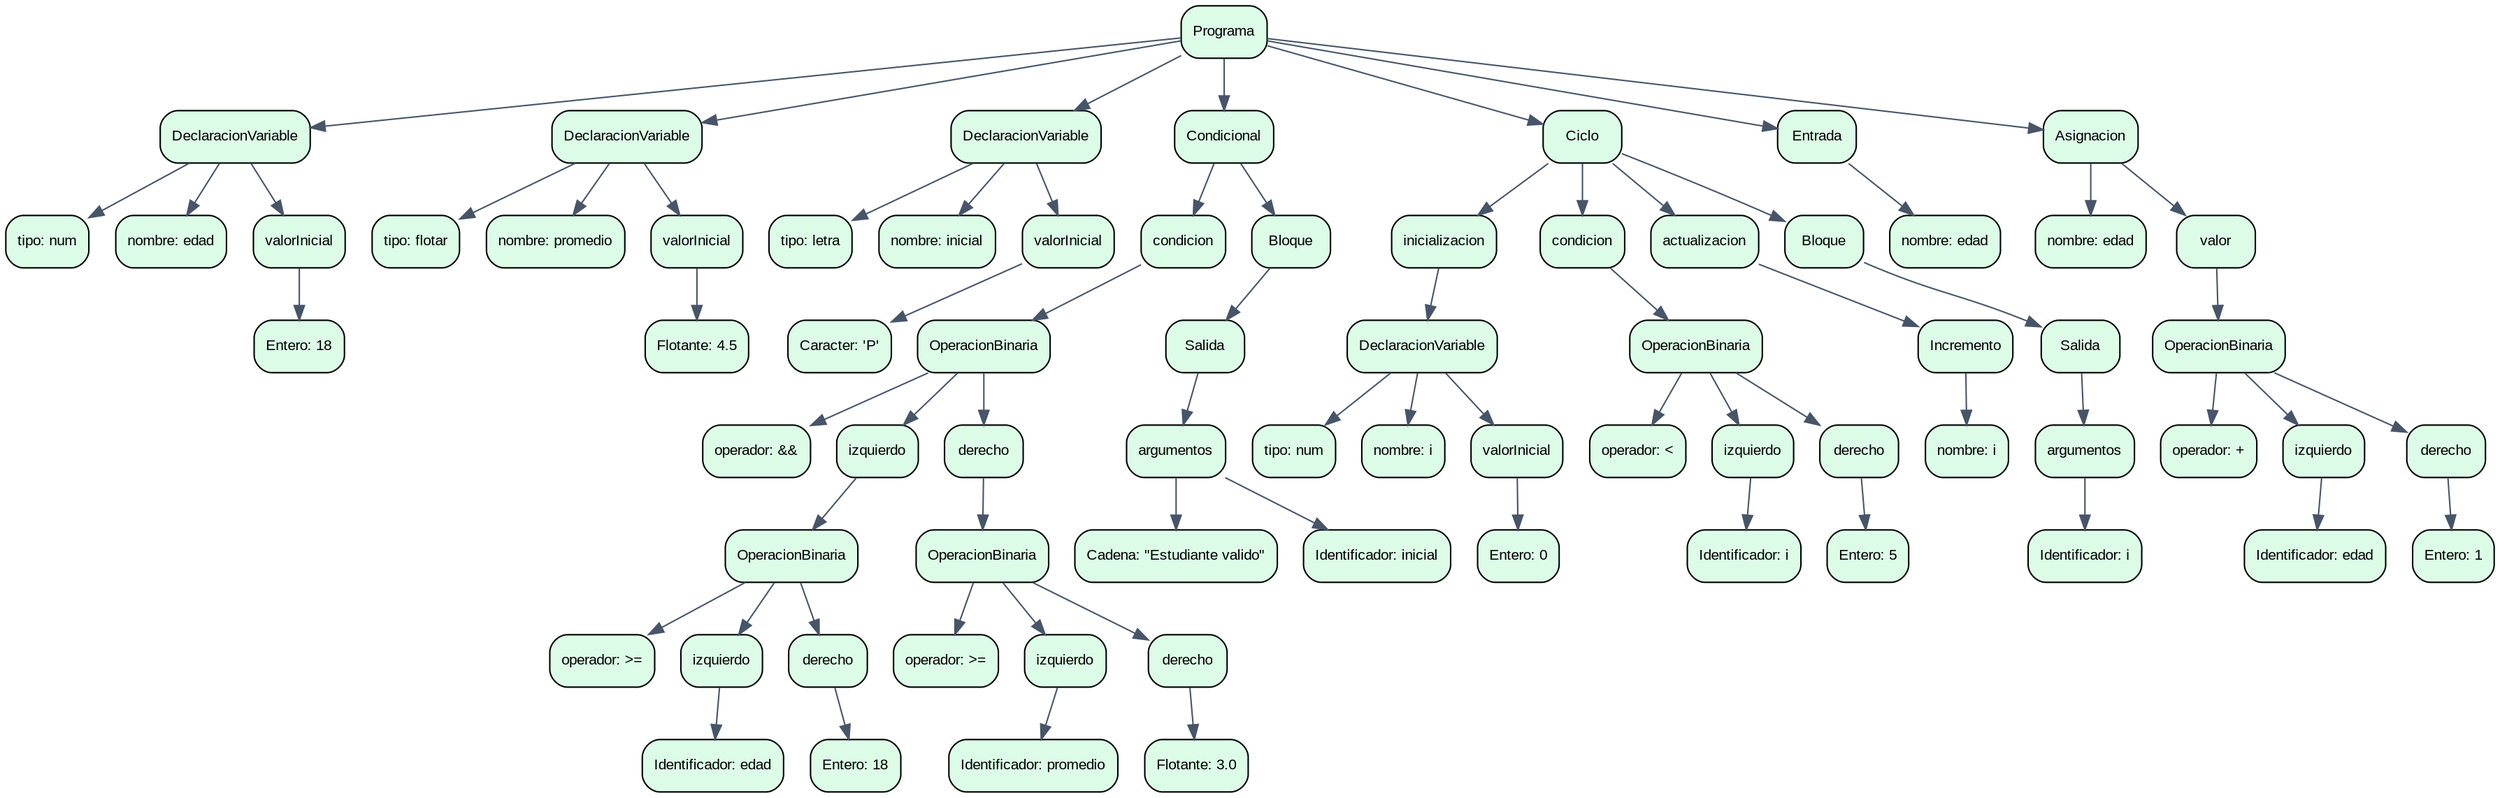
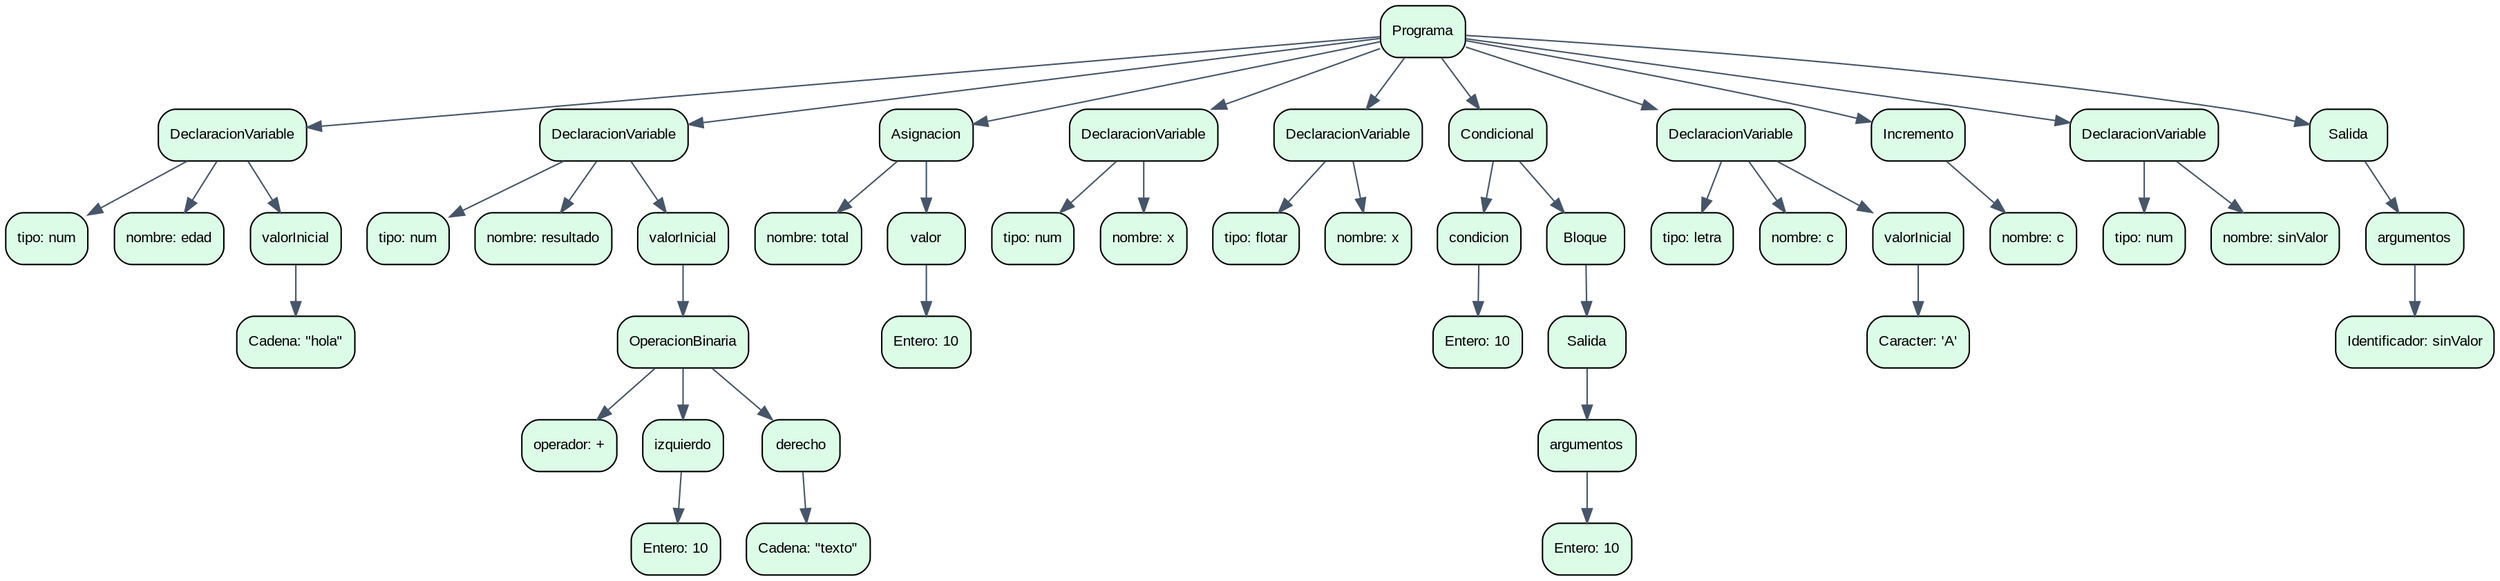
digraph AST {
  rankdir=TB;
  node [shape=box, style="rounded,filled", fontname="Arial", fontsize=10, fillcolor="#dcfce7"];
  edge [color="#475569"];
  n1 [label="Programa"];
  n1 -> n2;
  n2 [label="DeclaracionVariable"];
  n2 -> n3;
  n3 [label="tipo: num"];
  n2 -> n4;
  n4 [label="nombre: edad"];
  n2 -> n5;
  n5 [label="valorInicial"];
  n5 -> n6;
-   n6 [label="Entero: 18"];
+   n6 [label="Cadena: \"hola\""];
  n1 -> n7;
  n7 [label="DeclaracionVariable"];
  n7 -> n8;
-   n8 [label="tipo: flotar"];
+   n8 [label="tipo: num"];
  n7 -> n9;
-   n9 [label="nombre: promedio"];
+   n9 [label="nombre: resultado"];
  n7 -> n10;
  n10 [label="valorInicial"];
-   n10 -> n11;
-   n11 [label="Flotante: 4.5"];
-   n1 -> n12;
-   n12 [label="DeclaracionVariable"];
-   n12 -> n13;
-   n13 [label="tipo: letra"];
-   n12 -> n14;
-   n14 [label="nombre: inicial"];
-   n12 -> n15;
-   n15 [label="valorInicial"];
-   n15 -> n16;
-   n16 [label="Caracter: 'P'"];
+   n10 -> n13;
+   n13 [label="OperacionBinaria"];
+   n13 -> n14;
+   n14 [label="operador: +"];
+   n13 -> n15;
+   n15 [label="izquierdo"];
+   n15 -> n11;
+   n11 [label="Entero: 10"];
+   n13 -> n16;
+   n16 [label="derecho"];
+   n16 -> n12;
+   n12 [label="Cadena: \"texto\""];
  n1 -> n17;
-   n17 [label="Condicional"];
+   n17 [label="Asignacion"];
  n17 -> n18;
-   n18 [label="condicion"];
-   n18 -> n31;
-   n31 [label="OperacionBinaria"];
+   n18 [label="nombre: total"];
+   n17 -> n19;
+   n19 [label="valor"];
+   n19 -> n20;
+   n20 [label="Entero: 10"];
+   n1 -> n21;
+   n21 [label="DeclaracionVariable"];
+   n21 -> n22;
+   n22 [label="tipo: num"];
+   n21 -> n23;
+   n23 [label="nombre: x"];
+   n1 -> n24;
+   n24 [label="DeclaracionVariable"];
+   n24 -> n25;
+   n25 [label="tipo: flotar"];
+   n24 -> n26;
+   n26 [label="nombre: x"];
+   n1 -> n27;
+   n27 [label="Condicional"];
+   n27 -> n28;
+   n28 [label="condicion"];
+   n28 -> n29;
+   n29 [label="Entero: 10"];
+   n27 -> n30;
+   n30 [label="Bloque"];
+   n30 -> n31;
+   n31 [label="Salida"];
  n31 -> n32;
-   n32 [label="operador: &&"];
-   n31 -> n33;
-   n33 [label="izquierdo"];
-   n33 -> n21;
-   n21 [label="OperacionBinaria"];
-   n21 -> n22;
-   n22 [label="operador: >="];
-   n21 -> n23;
-   n23 [label="izquierdo"];
-   n23 -> n19;
-   n19 [label="Identificador: edad"];
-   n21 -> n24;
-   n24 [label="derecho"];
-   n24 -> n20;
-   n20 [label="Entero: 18"];
-   n31 -> n34;
-   n34 [label="derecho"];
-   n34 -> n27;
-   n27 [label="OperacionBinaria"];
-   n27 -> n28;
-   n28 [label="operador: >="];
-   n27 -> n29;
-   n29 [label="izquierdo"];
-   n29 -> n25;
-   n25 [label="Identificador: promedio"];
-   n27 -> n30;
-   n30 [label="derecho"];
-   n30 -> n26;
-   n26 [label="Flotante: 3.0"];
-   n17 -> n35;
-   n35 [label="Bloque"];
-   n35 -> n36;
-   n36 [label="Salida"];
-   n36 -> n37;
-   n37 [label="argumentos"];
+   n32 [label="argumentos"];
+   n32 -> n33;
+   n33 [label="Entero: 10"];
+   n1 -> n34;
+   n34 [label="DeclaracionVariable"];
+   n34 -> n35;
+   n35 [label="tipo: letra"];
+   n34 -> n36;
+   n36 [label="nombre: c"];
+   n34 -> n37;
+   n37 [label="valorInicial"];
  n37 -> n38;
-   n38 [label="Cadena: \"Estudiante valido\""];
-   n37 -> n39;
-   n39 [label="Identificador: inicial"];
-   n1 -> n40;
-   n40 [label="Ciclo"];
-   n40 -> n41;
-   n41 [label="inicializacion"];
+   n38 [label="Caracter: 'A'"];
+   n1 -> n39;
+   n39 [label="Incremento"];
+   n39 -> n40;
+   n40 [label="nombre: c"];
+   n1 -> n41;
+   n41 [label="DeclaracionVariable"];
  n41 -> n42;
-   n42 [label="DeclaracionVariable"];
-   n42 -> n43;
-   n43 [label="tipo: num"];
-   n42 -> n44;
-   n44 [label="nombre: i"];
-   n42 -> n45;
-   n45 [label="valorInicial"];
+   n42 [label="tipo: num"];
+   n41 -> n43;
+   n43 [label="nombre: sinValor"];
+   n1 -> n44;
+   n44 [label="Salida"];
+   n44 -> n45;
+   n45 [label="argumentos"];
  n45 -> n46;
-   n46 [label="Entero: 0"];
-   n40 -> n47;
-   n47 [label="condicion"];
-   n47 -> n50;
-   n50 [label="OperacionBinaria"];
-   n50 -> n51;
-   n51 [label="operador: <"];
-   n50 -> n52;
-   n52 [label="izquierdo"];
-   n52 -> n48;
-   n48 [label="Identificador: i"];
-   n50 -> n53;
-   n53 [label="derecho"];
-   n53 -> n49;
-   n49 [label="Entero: 5"];
-   n40 -> n54;
-   n54 [label="actualizacion"];
-   n54 -> n55;
-   n55 [label="Incremento"];
-   n55 -> n56;
-   n56 [label="nombre: i"];
-   n40 -> n57;
-   n57 [label="Bloque"];
-   n57 -> n58;
-   n58 [label="Salida"];
-   n58 -> n59;
-   n59 [label="argumentos"];
-   n59 -> n60;
-   n60 [label="Identificador: i"];
-   n1 -> n61;
-   n61 [label="Entrada"];
-   n61 -> n62;
-   n62 [label="nombre: edad"];
-   n1 -> n63;
-   n63 [label="Asignacion"];
-   n63 -> n64;
-   n64 [label="nombre: edad"];
-   n63 -> n65;
-   n65 [label="valor"];
-   n65 -> n68;
-   n68 [label="OperacionBinaria"];
-   n68 -> n69;
-   n69 [label="operador: +"];
-   n68 -> n70;
-   n70 [label="izquierdo"];
-   n70 -> n66;
-   n66 [label="Identificador: edad"];
-   n68 -> n71;
-   n71 [label="derecho"];
-   n71 -> n67;
-   n67 [label="Entero: 1"];
+   n46 [label="Identificador: sinValor"];
}
